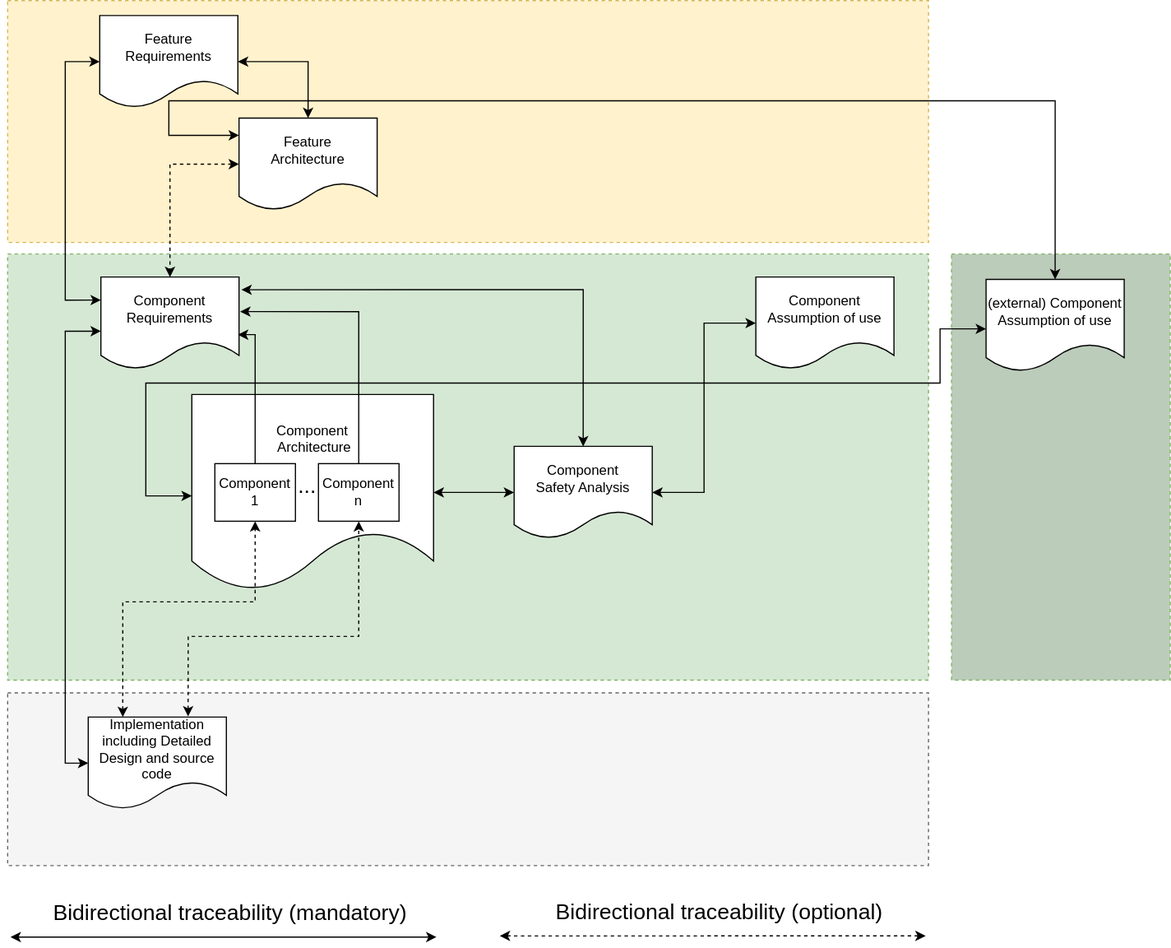
This is pr-343/_images/score_traceability_model_cmp_overview_2.svg from umaucher/score, a draw.io export, as it was before one commit. Source tidied: cells renumbered, new cells last; positions are measured from the earlier drawing's top-left corner, leaving out a move shared by most shapes.
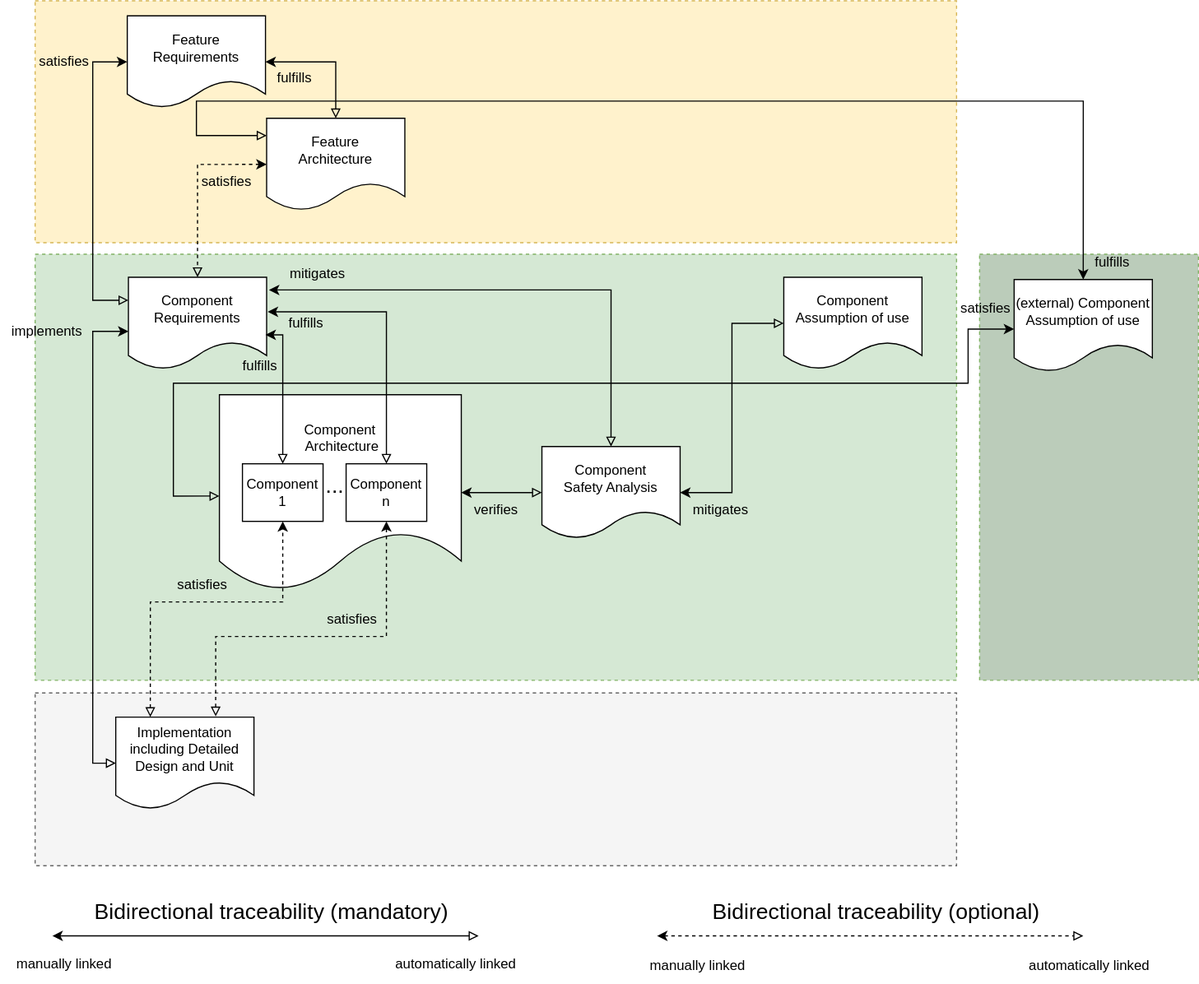
Later version of the same file.

The edit, as a diff of the source:
```diff
@@ -14,7 +14,7 @@
     <mxCell id="5" value="Feature Requirements" style="shape=document;whiteSpace=wrap;html=1;boundedLbl=1;" parent="1" vertex="1">
       <mxGeometry x="80" y="13" width="120" height="80" as="geometry" />
     </mxCell>
-    <mxCell id="6" style="edgeStyle=orthogonalEdgeStyle;rounded=0;jettySize=auto;html=1;entryX=0;entryY=0.5;entryDx=0;entryDy=0;startArrow=classic;startFill=1;exitX=0;exitY=0.25;exitDx=0;exitDy=0;" parent="1" edge="1" source="8" target="5">
+    <mxCell id="6" style="edgeStyle=orthogonalEdgeStyle;rounded=0;jettySize=auto;html=1;entryX=0;entryY=0.5;entryDx=0;entryDy=0;startArrow=block;startFill=0;exitX=0;exitY=0.25;exitDx=0;exitDy=0;" parent="1" edge="1" source="8" target="5">
       <mxGeometry relative="1" as="geometry">
         <Array as="points">
           <mxPoint x="50" y="260" />
@@ -22,7 +22,7 @@
         </Array>
       </mxGeometry>
     </mxCell>
-    <mxCell id="7" style="edgeStyle=orthogonalEdgeStyle;rounded=0;jettySize=auto;html=1;entryX=0.5;entryY=0;entryDx=0;entryDy=0;exitX=1.017;exitY=0.138;exitDx=0;exitDy=0;startArrow=classic;startFill=1;exitPerimeter=0;" parent="1" edge="1" source="8" target="12">
+    <mxCell id="7" style="edgeStyle=orthogonalEdgeStyle;rounded=0;jettySize=auto;html=1;entryX=0.5;entryY=0;entryDx=0;entryDy=0;exitX=1.017;exitY=0.138;exitDx=0;exitDy=0;startArrow=classic;startFill=1;exitPerimeter=0;endArrow=block;endFill=0;" parent="1" edge="1" source="8" target="12">
       <mxGeometry x="0.41" relative="1" as="geometry">
         <Array as="points">
           <mxPoint x="500" y="251" />
@@ -35,19 +35,19 @@
     <mxCell id="9" value="Component&lt;br&gt;&amp;nbsp;Architecture&lt;br&gt;&lt;br&gt;&lt;br&gt;&lt;br&gt;" style="shape=document;whiteSpace=wrap;html=1;boundedLbl=1;" parent="1" vertex="1">
       <mxGeometry x="160" y="342" width="210" height="170" as="geometry" />
     </mxCell>
-    <mxCell id="10" style="edgeStyle=orthogonalEdgeStyle;rounded=0;jettySize=auto;html=1;entryX=1;entryY=0.5;entryDx=0;entryDy=0;exitX=0.5;exitY=0;exitDx=0;exitDy=0;startArrow=classic;startFill=1;" parent="1" edge="1" source="15" target="5">
+    <mxCell id="10" style="edgeStyle=orthogonalEdgeStyle;rounded=0;jettySize=auto;html=1;entryX=1;entryY=0.5;entryDx=0;entryDy=0;exitX=0.5;exitY=0;exitDx=0;exitDy=0;startArrow=block;startFill=0;" parent="1" edge="1" source="15" target="5">
       <mxGeometry relative="1" as="geometry" />
     </mxCell>
-    <mxCell id="11" style="edgeStyle=orthogonalEdgeStyle;rounded=0;jettySize=auto;html=1;entryX=1;entryY=0.5;entryDx=0;entryDy=0;exitX=0;exitY=0.5;exitDx=0;exitDy=0;startArrow=classic;startFill=1;" parent="1" edge="1" source="12" target="9">
+    <mxCell id="11" style="edgeStyle=orthogonalEdgeStyle;rounded=0;jettySize=auto;html=1;entryX=1;entryY=0.5;entryDx=0;entryDy=0;exitX=0;exitY=0.5;exitDx=0;exitDy=0;startArrow=block;startFill=0;" parent="1" edge="1" source="12" target="9">
       <mxGeometry x="0.51" relative="1" as="geometry" />
     </mxCell>
     <mxCell id="12" value="Component&lt;br&gt;Safety Analysis" style="shape=document;whiteSpace=wrap;html=1;boundedLbl=1;" parent="1" vertex="1">
       <mxGeometry x="440" y="387" width="120" height="80" as="geometry" />
     </mxCell>
-    <mxCell id="13" style="edgeStyle=orthogonalEdgeStyle;rounded=0;jettySize=auto;html=1;startArrow=classic;startFill=1;entryX=1;entryY=0.5;entryDx=0;entryDy=0;exitX=0;exitY=0.5;exitDx=0;exitDy=0;" parent="1" edge="1" source="4" target="12">
+    <mxCell id="13" style="edgeStyle=orthogonalEdgeStyle;rounded=0;jettySize=auto;html=1;startArrow=block;startFill=0;entryX=1;entryY=0.5;entryDx=0;entryDy=0;exitX=0;exitY=0.5;exitDx=0;exitDy=0;" parent="1" edge="1" source="4" target="12">
       <mxGeometry relative="1" as="geometry" />
     </mxCell>
-    <mxCell id="14" style="edgeStyle=orthogonalEdgeStyle;rounded=0;jettySize=auto;html=1;entryX=0.5;entryY=0;entryDx=0;entryDy=0;startArrow=classic;startFill=1;exitX=0;exitY=0.5;exitDx=0;exitDy=0;dashed=1;" parent="1" edge="1" source="15" target="8">
+    <mxCell id="14" style="edgeStyle=orthogonalEdgeStyle;rounded=0;jettySize=auto;html=1;entryX=0.5;entryY=0;entryDx=0;entryDy=0;startArrow=classic;startFill=1;exitX=0;exitY=0.5;exitDx=0;exitDy=0;dashed=1;endArrow=block;endFill=0;" parent="1" edge="1" source="15" target="8">
       <mxGeometry relative="1" as="geometry" />
     </mxCell>
     <mxCell id="15" value="Feature&lt;br&gt;Architecture" style="shape=document;whiteSpace=wrap;html=1;boundedLbl=1;" parent="1" vertex="1">
@@ -59,7 +59,7 @@
     <mxCell id="17" style="rounded=0;whiteSpace=wrap;html=1;dashed=1;fillColor=#BBCCBA;strokeColor=#82b366;" parent="1" vertex="1">
       <mxGeometry x="820" y="220" width="190" height="370" as="geometry" />
     </mxCell>
-    <mxCell id="18" style="edgeStyle=orthogonalEdgeStyle;rounded=0;jettySize=auto;html=1;entryX=0;entryY=0.25;entryDx=0;entryDy=0;fontSize=19;startArrow=classic;startFill=1;exitX=0.5;exitY=0;exitDx=0;exitDy=0;" parent="1" edge="1" source="19">
+    <mxCell id="18" style="edgeStyle=orthogonalEdgeStyle;rounded=0;jettySize=auto;html=1;entryX=0;entryY=0.25;entryDx=0;entryDy=0;fontSize=19;startArrow=classic;startFill=1;exitX=0.5;exitY=0;exitDx=0;exitDy=0;endArrow=block;endFill=0;" parent="1" edge="1" source="19">
       <mxGeometry relative="1" as="geometry">
         <mxPoint x="201" y="117" as="targetPoint" />
         <Array as="points">
@@ -72,7 +72,7 @@
     <mxCell id="19" value="(external) Component Assumption of use" style="shape=document;whiteSpace=wrap;html=1;boundedLbl=1;" parent="1" vertex="1">
       <mxGeometry x="850" y="242" width="120" height="80" as="geometry" />
     </mxCell>
-    <mxCell id="20" style="edgeStyle=orthogonalEdgeStyle;rounded=0;orthogonalLoop=1;jettySize=auto;html=1;exitX=0;exitY=0.5;exitDx=0;exitDy=0;startArrow=classic;startFill=1;entryX=0;entryY=0.5;entryDx=0;entryDy=0;" parent="1" edge="1">
+    <mxCell id="20" style="edgeStyle=orthogonalEdgeStyle;rounded=0;orthogonalLoop=1;jettySize=auto;html=1;exitX=0;exitY=0.5;exitDx=0;exitDy=0;startArrow=block;startFill=0;entryX=0;entryY=0.5;entryDx=0;entryDy=0;" parent="1" edge="1">
       <mxGeometry relative="1" as="geometry">
         <mxPoint x="160" y="430" as="sourcePoint" />
         <mxPoint x="850" y="285" as="targetPoint" />
@@ -87,10 +87,10 @@
     <mxCell id="21" style="rounded=0;whiteSpace=wrap;html=1;dashed=1;fillColor=#f5f5f5;fontColor=#333333;strokeColor=#666666;" parent="1" vertex="1">
       <mxGeometry y="601" width="800" height="150" as="geometry" />
     </mxCell>
-    <mxCell id="22" style="edgeStyle=orthogonalEdgeStyle;rounded=0;jettySize=auto;html=1;startArrow=classic;startFill=1;exitX=0;exitY=0.5;exitDx=0;exitDy=0;entryX=0;entryY=0.588;entryDx=0;entryDy=0;entryPerimeter=0;" parent="1" edge="1" source="24" target="8">
+    <mxCell id="22" style="edgeStyle=orthogonalEdgeStyle;rounded=0;jettySize=auto;html=1;startArrow=block;startFill=0;exitX=0;exitY=0.5;exitDx=0;exitDy=0;entryX=0;entryY=0.588;entryDx=0;entryDy=0;entryPerimeter=0;" parent="1" edge="1" source="24" target="8">
       <mxGeometry relative="1" as="geometry" />
     </mxCell>
-    <mxCell id="23" style="edgeStyle=orthogonalEdgeStyle;rounded=0;jettySize=auto;html=1;entryX=0.5;entryY=1;entryDx=0;entryDy=0;exitX=0.25;exitY=0;exitDx=0;exitDy=0;startArrow=classic;startFill=1;dashed=1;" parent="1" edge="1" source="24" target="25">
+    <mxCell id="23" style="edgeStyle=orthogonalEdgeStyle;rounded=0;jettySize=auto;html=1;entryX=0.5;entryY=1;entryDx=0;entryDy=0;exitX=0.25;exitY=0;exitDx=0;exitDy=0;startArrow=block;startFill=0;dashed=1;" parent="1" edge="1" source="24" target="25">
       <mxGeometry x="0.31" relative="1" as="geometry">
         <Array as="points">
           <mxPoint x="100" y="522" />
@@ -98,7 +98,7 @@
         </Array>
       </mxGeometry>
     </mxCell>
-    <mxCell id="24" value="Implementation&lt;br&gt;including Detailed Design and source code" style="shape=document;whiteSpace=wrap;html=1;boundedLbl=1;" parent="1" vertex="1">
+    <mxCell id="24" value="Implementation&lt;br&gt;including Detailed Design and Unit" style="shape=document;whiteSpace=wrap;html=1;boundedLbl=1;" parent="1" vertex="1">
       <mxGeometry x="70" y="622" width="120" height="80" as="geometry" />
     </mxCell>
     <mxCell id="25" value="Component 1" style="rounded=0;whiteSpace=wrap;html=1;" parent="1" vertex="1">
@@ -107,17 +107,17 @@
     <mxCell id="26" value="Component n" style="rounded=0;whiteSpace=wrap;html=1;" parent="1" vertex="1">
       <mxGeometry x="270" y="402" width="70" height="50" as="geometry" />
     </mxCell>
-    <mxCell id="27" style="edgeStyle=orthogonalEdgeStyle;rounded=0;jettySize=auto;html=1;entryX=1.008;entryY=0.375;entryDx=0;entryDy=0;exitX=0.5;exitY=0;exitDx=0;exitDy=0;entryPerimeter=0;" parent="1" edge="1" source="26" target="8">
+    <mxCell id="27" style="edgeStyle=orthogonalEdgeStyle;rounded=0;jettySize=auto;html=1;entryX=1.008;entryY=0.375;entryDx=0;entryDy=0;exitX=0.5;exitY=0;exitDx=0;exitDy=0;entryPerimeter=0;startArrow=block;startFill=0;" parent="1" edge="1" source="26" target="8">
       <mxGeometry relative="1" as="geometry" />
     </mxCell>
-    <mxCell id="28" style="edgeStyle=orthogonalEdgeStyle;rounded=0;jettySize=auto;html=1;entryX=0.992;entryY=0.625;entryDx=0;entryDy=0;entryPerimeter=0;exitX=0.5;exitY=0;exitDx=0;exitDy=0;" parent="1" edge="1" source="25" target="8">
+    <mxCell id="28" style="edgeStyle=orthogonalEdgeStyle;rounded=0;jettySize=auto;html=1;entryX=0.992;entryY=0.625;entryDx=0;entryDy=0;entryPerimeter=0;exitX=0.5;exitY=0;exitDx=0;exitDy=0;startArrow=block;startFill=0;" parent="1" edge="1" source="25" target="8">
       <mxGeometry relative="1" as="geometry">
         <Array as="points">
           <mxPoint x="215" y="290" />
         </Array>
       </mxGeometry>
     </mxCell>
-    <mxCell id="29" style="edgeStyle=orthogonalEdgeStyle;rounded=0;jettySize=auto;html=1;entryX=0.5;entryY=1;entryDx=0;entryDy=0;exitX=0.723;exitY=-0.007;exitDx=0;exitDy=0;exitPerimeter=0;startArrow=classic;startFill=1;dashed=1;" parent="1" edge="1" source="24" target="26">
+    <mxCell id="29" style="edgeStyle=orthogonalEdgeStyle;rounded=0;jettySize=auto;html=1;entryX=0.5;entryY=1;entryDx=0;entryDy=0;exitX=0.723;exitY=-0.007;exitDx=0;exitDy=0;exitPerimeter=0;startArrow=block;startFill=0;dashed=1;" parent="1" edge="1" source="24" target="26">
       <mxGeometry x="0.38" y="5" relative="1" as="geometry">
         <Array as="points">
           <mxPoint x="157" y="552" />
@@ -128,29 +128,80 @@
     <mxCell id="30" value="&lt;font style=&quot;font-size: 19px;&quot;&gt;...&lt;/font&gt;" style="text;html=1;align=center;verticalAlign=middle;strokeColor=none;fillColor=none;" parent="1" vertex="1">
       <mxGeometry x="240" y="402" width="40" height="40" as="geometry" />
     </mxCell>
-    <mxCell id="31" style="edgeStyle=orthogonalEdgeStyle;rounded=0;orthogonalLoop=1;jettySize=auto;html=1;startArrow=classic;startFill=1;" parent="1" edge="1">
-      <mxGeometry x="0.38" y="5" relative="1" as="geometry">
-        <mxPoint x="2.5" y="813" as="sourcePoint" />
-        <mxPoint x="372.5" y="813" as="targetPoint" />
-        <Array as="points">
-          <mxPoint x="19.5" y="813" />
-        </Array>
-      </mxGeometry>
-    </mxCell>
+    <mxCell id="35" style="edgeStyle=orthogonalEdgeStyle;rounded=0;orthogonalLoop=1;jettySize=auto;html=1;startArrow=classic;startFill=1;endArrow=block;endFill=0;" parent="1" edge="1">
+      <mxGeometry x="0.38" y="5" relative="1" as="geometry">
+        <mxPoint x="15" y="812" as="sourcePoint" />
+        <mxPoint x="385" y="812" as="targetPoint" />
+        <Array as="points">
+          <mxPoint x="32" y="812" />
+        </Array>
+      </mxGeometry>
+    </mxCell>
     <mxCell id="32" value="Bidirectional traceability (mandatory)" style="text;html=1;align=center;verticalAlign=middle;strokeColor=none;fillColor=none;fontSize=19;" parent="1" vertex="1">
-      <mxGeometry x="27.5" y="773" width="330" height="40" as="geometry" />
+      <mxGeometry x="40" y="772" width="330" height="40" as="geometry" />
     </mxCell>
-    <mxCell id="33" style="edgeStyle=orthogonalEdgeStyle;rounded=0;orthogonalLoop=1;jettySize=auto;html=1;startArrow=classic;startFill=1;dashed=1;" parent="1" edge="1">
-      <mxGeometry x="0.38" y="5" relative="1" as="geometry">
-        <mxPoint x="427.5" y="812" as="sourcePoint" />
-        <mxPoint x="797.5" y="812" as="targetPoint" />
-        <Array as="points">
-          <mxPoint x="444.5" y="812" />
-        </Array>
-      </mxGeometry>
-    </mxCell>
+    <mxCell id="36" style="edgeStyle=orthogonalEdgeStyle;rounded=0;orthogonalLoop=1;jettySize=auto;html=1;startArrow=classic;startFill=1;dashed=1;endArrow=block;endFill=0;" parent="1" edge="1">
+      <mxGeometry x="0.38" y="5" relative="1" as="geometry">
+        <mxPoint x="540" y="812" as="sourcePoint" />
+        <mxPoint x="910" y="812" as="targetPoint" />
+        <Array as="points">
+          <mxPoint x="557" y="812" />
+        </Array>
+      </mxGeometry>
+    </mxCell>
     <mxCell id="34" value="Bidirectional traceability (optional)" style="text;html=1;align=center;verticalAlign=middle;strokeColor=none;fillColor=none;fontSize=19;" parent="1" vertex="1">
-      <mxGeometry x="462.5" y="772" width="310" height="40" as="geometry" />
+      <mxGeometry x="575" y="772" width="310" height="40" as="geometry" />
     </mxCell>
+    <mxCell id="37" value="manually linked" style="text;html=1;align=center;verticalAlign=middle;strokeColor=none;fillColor=none;" parent="1" vertex="1">
+      <mxGeometry x="-30" y="822" width="110" height="30" as="geometry" />
+    </mxCell>
+    <mxCell id="38" value="automatically linked" style="text;html=1;align=center;verticalAlign=middle;strokeColor=none;fillColor=none;" parent="1" vertex="1">
+      <mxGeometry x="300" y="822" width="130" height="30" as="geometry" />
+    </mxCell>
+    <mxCell id="39" value="manually linked" style="text;html=1;align=center;verticalAlign=middle;strokeColor=none;fillColor=none;" parent="1" vertex="1">
+      <mxGeometry x="520" y="823" width="110" height="30" as="geometry" />
+    </mxCell>
+    <mxCell id="40" value="automatically linked" style="text;html=1;align=center;verticalAlign=middle;strokeColor=none;fillColor=none;" parent="1" vertex="1">
+      <mxGeometry x="850" y="823" width="130" height="30" as="geometry" />
+    </mxCell>
+    <mxCell id="41" value="satisfies" style="text;html=1;align=center;verticalAlign=middle;strokeColor=none;fillColor=none;" parent="1" vertex="1">
+      <mxGeometry x="110" y="492" width="70" height="30" as="geometry" />
+    </mxCell>
+    <mxCell id="42" value="satisfies" style="text;html=1;align=center;verticalAlign=middle;strokeColor=none;fillColor=none;" parent="1" vertex="1">
+      <mxGeometry x="240" y="522" width="70" height="30" as="geometry" />
+    </mxCell>
+    <mxCell id="43" value="verifies" style="text;html=1;align=center;verticalAlign=middle;strokeColor=none;fillColor=none;" parent="1" vertex="1">
+      <mxGeometry x="370" y="427" width="60" height="30" as="geometry" />
+    </mxCell>
+    <mxCell id="44" value="mitigates" style="text;html=1;align=center;verticalAlign=middle;strokeColor=none;fillColor=none;" parent="1" vertex="1">
+      <mxGeometry x="560" y="427" width="70" height="30" as="geometry" />
+    </mxCell>
+    <mxCell id="45" value="satisfies" style="text;html=1;align=center;verticalAlign=middle;strokeColor=none;fillColor=none;" parent="1" vertex="1">
+      <mxGeometry x="790" y="252" width="70" height="30" as="geometry" />
+    </mxCell>
+    <mxCell id="46" value="fulfills" style="text;html=1;align=center;verticalAlign=middle;strokeColor=none;fillColor=none;" parent="1" vertex="1">
+      <mxGeometry x="910" y="212" width="50" height="30" as="geometry" />
+    </mxCell>
+    <mxCell id="47" value="satisfies" style="text;html=1;align=center;verticalAlign=middle;strokeColor=none;fillColor=none;" parent="1" vertex="1">
+      <mxGeometry x="131" y="142" width="70" height="30" as="geometry" />
+    </mxCell>
+    <mxCell id="48" value="satisfies" style="text;html=1;align=center;verticalAlign=middle;strokeColor=none;fillColor=none;" parent="1" vertex="1">
+      <mxGeometry x="-10" y="38" width="70" height="30" as="geometry" />
+    </mxCell>
+    <mxCell id="49" value="fulfills" style="text;html=1;align=center;verticalAlign=middle;strokeColor=none;fillColor=none;" parent="1" vertex="1">
+      <mxGeometry x="200" y="52" width="50" height="30" as="geometry" />
+    </mxCell>
+    <mxCell id="50" value="mitigates" style="text;html=1;align=center;verticalAlign=middle;strokeColor=none;fillColor=none;" parent="1" vertex="1">
+      <mxGeometry x="210" y="222" width="70" height="30" as="geometry" />
+    </mxCell>
+    <mxCell id="51" value="implements" style="text;html=1;align=center;verticalAlign=middle;strokeColor=none;fillColor=none;" parent="1" vertex="1">
+      <mxGeometry x="-30" y="272" width="80" height="30" as="geometry" />
+    </mxCell>
+    <mxCell id="52" value="fulfills" style="text;html=1;align=center;verticalAlign=middle;strokeColor=none;fillColor=none;" parent="1" vertex="1">
+      <mxGeometry x="210" y="265" width="50" height="30" as="geometry" />
+    </mxCell>
+    <mxCell id="53" value="fulfills" style="text;html=1;align=center;verticalAlign=middle;strokeColor=none;fillColor=none;" parent="1" vertex="1">
+      <mxGeometry x="170" y="302" width="50" height="30" as="geometry" />
+    </mxCell>
   </root>
 </mxGraphModel>
```
